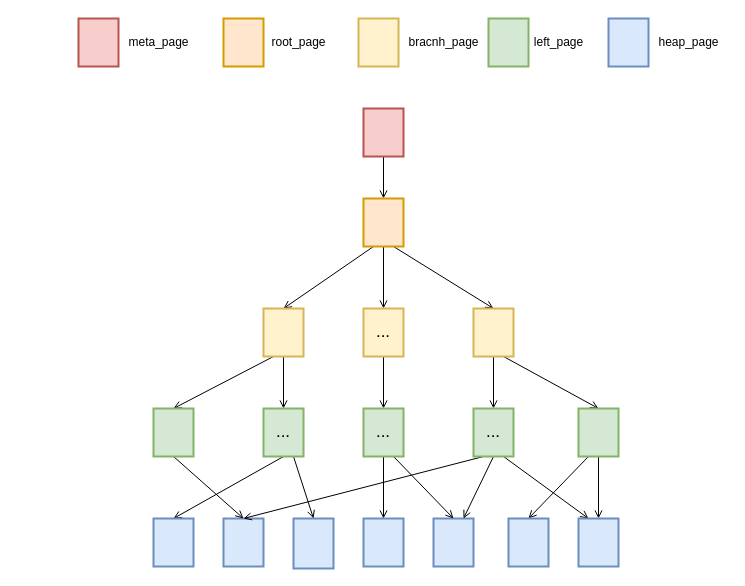
Above: page "Page-3" (3 of 6) of postgresql/store.drawio in dovics/draw.io (draw.io), before the change. Source tidied: cells renumbered, new cells numbered last; positions are measured from the earlier drawing's top-left corner, leaving out a move shared by most shapes. Both pictures are drawn from the tidied source at 100%, with x=0, y=0 at pixel (78, 18).
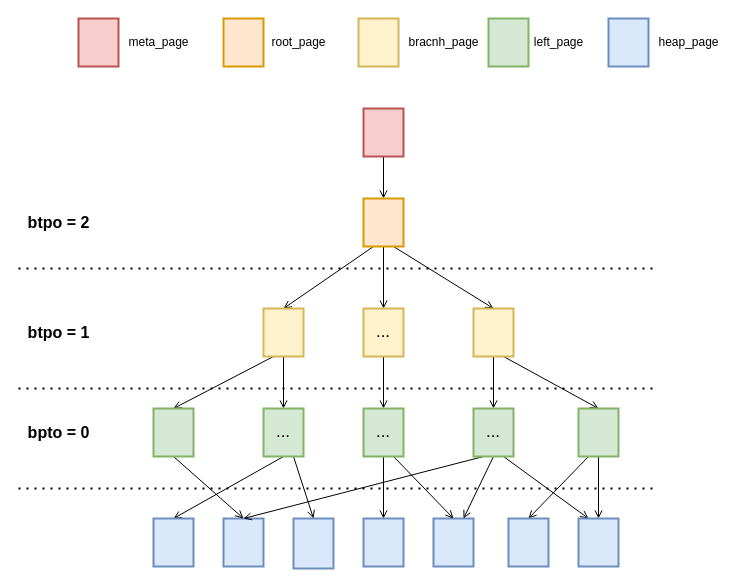
Above is the later version.

Change to the diagram source:
```diff
@@
+    <mxCell id="48" value="btpo = 2" style="text;html=1;align=center;verticalAlign=middle;strokeColor=none;fontSize=16;fontStyle=1;" parent="1" vertex="1">
+      <mxGeometry x="-60" y="194" width="80" height="20" as="geometry" />
+    </mxCell>
+    <mxCell id="49" value="btpo = 1" style="text;html=1;align=center;verticalAlign=middle;strokeColor=none;fontSize=16;fontStyle=1;" parent="1" vertex="1">
+      <mxGeometry x="-60" y="304" width="80" height="20" as="geometry" />
+    </mxCell>
+    <mxCell id="50" value="bpto = 0" style="text;html=1;align=center;verticalAlign=middle;strokeColor=none;fontSize=16;fontStyle=1;" parent="1" vertex="1">
+      <mxGeometry x="-60" y="404" width="80" height="20" as="geometry" />
+    </mxCell>
+    <mxCell id="51" style="endArrow=none;dashed=1;html=1;dashPattern=1 3;strokeWidth=2;fontSize=16;" parent="1" edge="1">
+      <mxGeometry relative="1" as="geometry">
+        <mxPoint x="-60" y="250" as="sourcePoint" />
+        <mxPoint x="580" y="250" as="targetPoint" />
+      </mxGeometry>
+    </mxCell>
+    <mxCell id="52" style="endArrow=none;dashed=1;html=1;dashPattern=1 3;strokeWidth=2;fontSize=16;" parent="1" edge="1">
+      <mxGeometry relative="1" as="geometry">
+        <mxPoint x="-60" y="370" as="sourcePoint" />
+        <mxPoint x="580" y="370" as="targetPoint" />
+      </mxGeometry>
+    </mxCell>
+    <mxCell id="53" style="endArrow=none;dashed=1;html=1;dashPattern=1 3;strokeWidth=2;fontSize=16;" parent="1" edge="1">
+      <mxGeometry relative="1" as="geometry">
+        <mxPoint x="-60" y="470" as="sourcePoint" />
+        <mxPoint x="580" y="470" as="targetPoint" />
+      </mxGeometry>
+    </mxCell>
```
